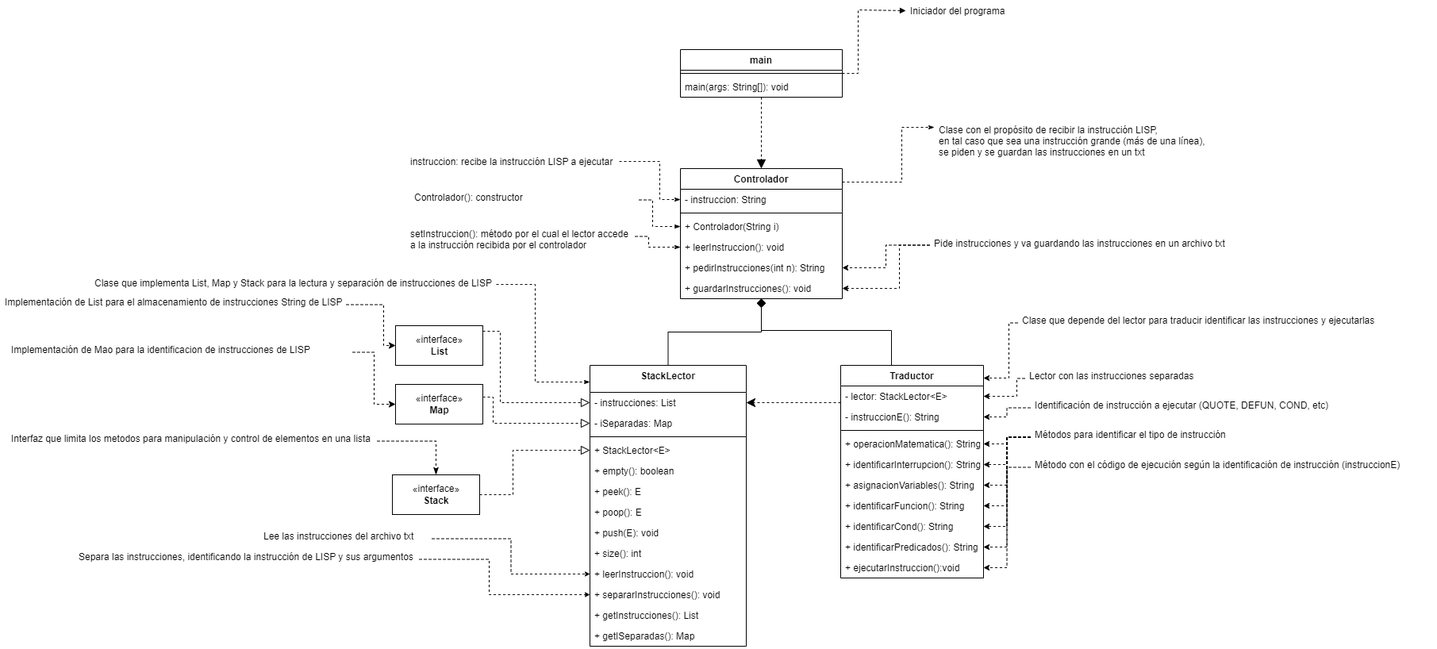
Before: Fase 1/Diagramas-Fase1.png, a diagram exported from draw.io (angelargd8/Proyecto-1-Estuctura). Source tidied: cells renumbered, new cells last; positions are measured from the earlier drawing's top-left corner, leaving out a move shared by most shapes.
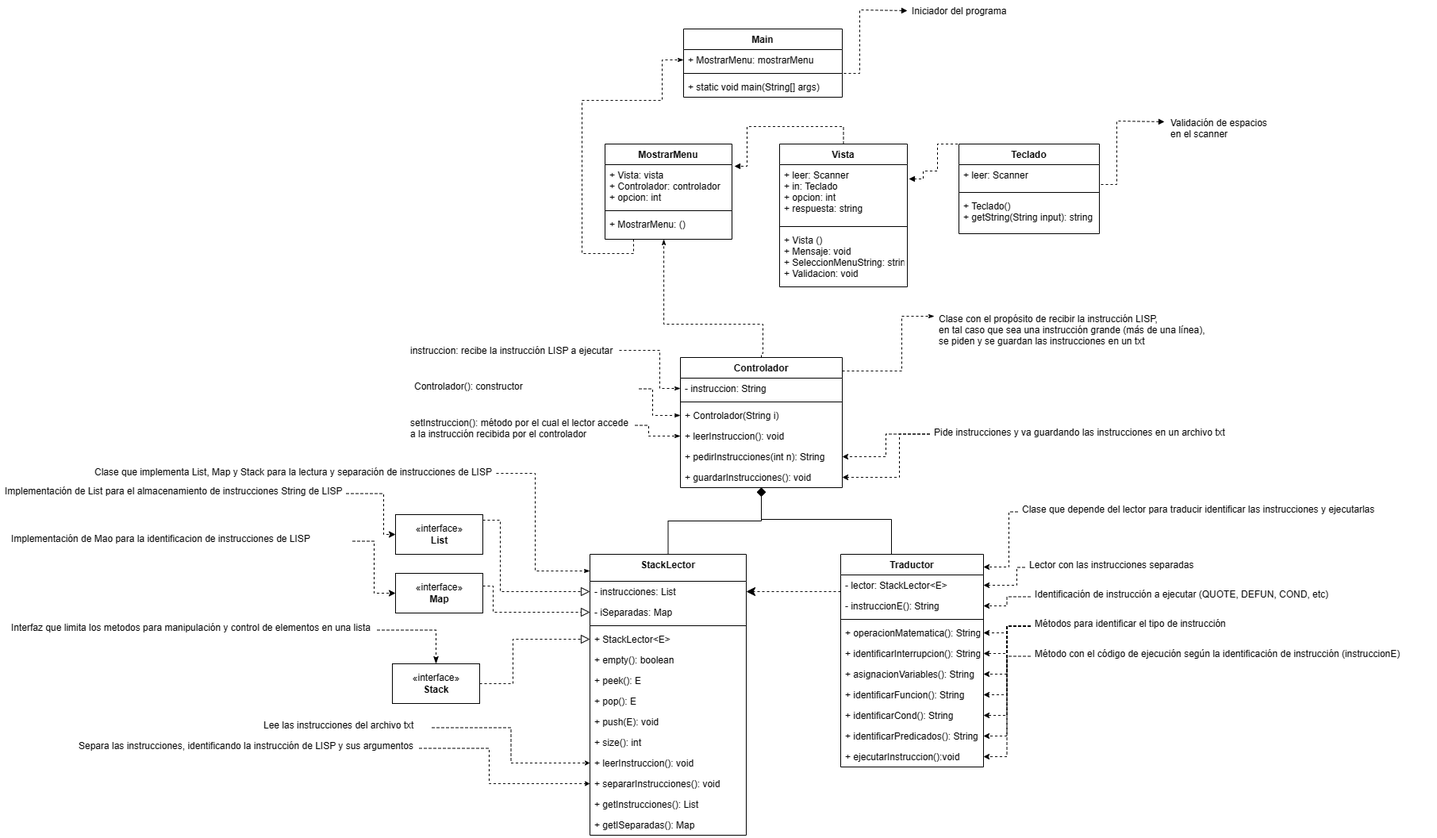
The same diagram one commit later.

The edit, as a diff of the source:
```diff
@@ -138,31 +138,20 @@
     <mxCell id="33" value="Controlador(): constructor" style="text;strokeColor=none;fillColor=none;align=left;verticalAlign=top;spacingLeft=4;spacingRight=4;overflow=hidden;points=[[0,0.5],[1,0.5]];portConstraint=eastwest;" parent="1" vertex="1">
       <mxGeometry x="516" y="235" width="289" height="33" as="geometry" />
     </mxCell>
-    <mxCell id="34" style="edgeStyle=orthogonalEdgeStyle;rounded=0;jettySize=auto;html=1;entryX=0.5;entryY=0;entryDx=0;entryDy=0;dashed=1;strokeColor=default;endArrow=block;endFill=1;endSize=9;" parent="1" edge="1" source="36" target="7">
-      <mxGeometry relative="1" as="geometry" />
-    </mxCell>
-    <mxCell id="35" style="edgeStyle=orthogonalEdgeStyle;rounded=0;jettySize=auto;html=1;entryX=0;entryY=0.5;entryDx=0;entryDy=0;dashed=1;strokeColor=default;endArrow=block;endFill=1;endSize=5;" parent="1" edge="1" source="36" target="40">
+    <mxCell id="35" style="edgeStyle=orthogonalEdgeStyle;rounded=0;jettySize=auto;html=1;entryX=0;entryY=0.5;entryDx=0;entryDy=0;dashed=1;strokeColor=default;endArrow=block;endFill=1;endSize=5;" parent="1" edge="1" target="40">
       <mxGeometry relative="1" as="geometry">
+        <mxPoint x="1063" y="-146" as="sourcePoint" />
         <Array as="points">
-          <mxPoint x="1081" y="92" />
-          <mxPoint x="1081" y="12" />
+          <mxPoint x="1083" y="-146" />
+          <mxPoint x="1083" y="-226" />
         </Array>
       </mxGeometry>
     </mxCell>
-    <mxCell id="36" value="main" style="swimlane;fontStyle=1;align=center;verticalAlign=top;horizontal=1;startSize=26;" parent="1" vertex="1">
-      <mxGeometry x="857" y="62" width="204" height="60" as="geometry" />
-    </mxCell>
-    <mxCell id="37" style="line;strokeWidth=1;fillColor=none;align=left;verticalAlign=middle;spacingTop=-1;spacingLeft=3;spacingRight=3;labelPosition=right;strokeColor=inherit;" parent="36" vertex="1">
-      <mxGeometry y="26" width="204" height="8" as="geometry" />
-    </mxCell>
-    <mxCell id="38" value="main(args: String[]): void" style="text;strokeColor=none;fillColor=none;align=left;verticalAlign=top;spacingLeft=4;spacingRight=4;overflow=hidden;" parent="36" vertex="1">
-      <mxGeometry y="34" width="204" height="26" as="geometry" />
-    </mxCell>
     <mxCell id="39" value="Clase con el propósito de recibir la instrucción LISP, &#10;en tal caso que sea una instrucción grande (más de una línea), &#10;se piden y se guardan las instrucciones en un txt" style="text;strokeColor=none;fillColor=none;align=left;verticalAlign=top;spacingLeft=4;spacingRight=4;overflow=hidden;points=[[0,0.5],[1,0.5]];portConstraint=eastwest;" parent="1" vertex="1">
       <mxGeometry x="1177" y="150" width="347" height="52" as="geometry" />
     </mxCell>
     <mxCell id="40" value="Iniciador del programa" style="text;strokeColor=none;fillColor=none;align=left;verticalAlign=top;spacingLeft=4;spacingRight=4;overflow=hidden;points=[[0,0.5],[1,0.5]];portConstraint=eastwest;" parent="1" vertex="1">
-      <mxGeometry x="1141" width="290" height="26" as="geometry" />
+      <mxGeometry x="1143" y="-238" width="290" height="26" as="geometry" />
     </mxCell>
     <mxCell id="41" value="StackLector" style="swimlane;fontStyle=1;align=center;verticalAlign=top;horizontal=1;startSize=34;" parent="1" vertex="1">
       <mxGeometry x="743" y="460" width="197" height="354" as="geometry" />
@@ -185,7 +174,7 @@
     <mxCell id="47" value="+ peek(): E" style="text;strokeColor=none;fillColor=none;align=left;verticalAlign=top;spacingLeft=4;spacingRight=4;overflow=hidden;" parent="41" vertex="1">
       <mxGeometry y="146" width="197" height="26" as="geometry" />
     </mxCell>
-    <mxCell id="48" value="+ poop(): E" style="text;strokeColor=none;fillColor=none;align=left;verticalAlign=top;spacingLeft=4;spacingRight=4;overflow=hidden;" parent="41" vertex="1">
+    <mxCell id="48" value="+ pop(): E" style="text;strokeColor=none;fillColor=none;align=left;verticalAlign=top;spacingLeft=4;spacingRight=4;overflow=hidden;" parent="41" vertex="1">
       <mxGeometry y="172" width="197" height="26" as="geometry" />
     </mxCell>
     <mxCell id="49" value="+ push(E): void" style="text;strokeColor=none;fillColor=none;align=left;verticalAlign=top;spacingLeft=4;spacingRight=4;overflow=hidden;" parent="41" vertex="1">
@@ -337,5 +326,106 @@
     <mxCell id="86" value="Método con el código de ejecución según la identificación de instrucción (instruccionE)" style="text;strokeColor=none;fillColor=none;align=left;verticalAlign=top;spacingLeft=4;spacingRight=4;overflow=hidden;points=[[0,0.5],[1,0.5]];portConstraint=eastwest;" parent="1" vertex="1">
       <mxGeometry x="1298" y="572" width="512" height="33" as="geometry" />
     </mxCell>
+    <mxCell id="87" value="Main" style="swimlane;fontStyle=1;align=center;verticalAlign=top;horizontal=1;startSize=26;" parent="1" vertex="1">
+      <mxGeometry x="861" y="-202" width="200" height="86" as="geometry" />
+    </mxCell>
+    <mxCell id="88" value="+ MostrarMenu: mostrarMenu " style="text;strokeColor=none;fillColor=none;align=left;verticalAlign=top;spacingLeft=4;spacingRight=4;overflow=hidden;points=[[0,0.5],[1,0.5]];portConstraint=eastwest;" parent="87" vertex="1">
+      <mxGeometry y="26" width="200" height="26" as="geometry" />
+    </mxCell>
+    <mxCell id="89" style="line;strokeWidth=1;fillColor=none;align=left;verticalAlign=middle;spacingTop=-1;spacingLeft=3;spacingRight=3;labelPosition=right;strokeColor=inherit;" parent="87" vertex="1">
+      <mxGeometry y="52" width="200" height="8" as="geometry" />
+    </mxCell>
+    <mxCell id="90" value="+ static void main(String[] args)" style="text;strokeColor=none;fillColor=none;align=left;verticalAlign=top;spacingLeft=4;spacingRight=4;overflow=hidden;" parent="87" vertex="1">
+      <mxGeometry y="60" width="200" height="26" as="geometry" />
+    </mxCell>
+    <mxCell id="91" value="MostrarMenu" style="swimlane;fontStyle=1;align=center;verticalAlign=top;horizontal=1;startSize=26;" parent="1" vertex="1">
+      <mxGeometry x="762" y="-57" width="160" height="120" as="geometry" />
+    </mxCell>
+    <mxCell id="92" value="+ Vista: vista&#10;+ Controlador: controlador&#10;+ opcion: int" style="text;strokeColor=none;fillColor=none;align=left;verticalAlign=top;spacingLeft=4;spacingRight=4;overflow=hidden;points=[[0,0.5],[1,0.5]];portConstraint=eastwest;" parent="91" vertex="1">
+      <mxGeometry y="26" width="160" height="54" as="geometry" />
+    </mxCell>
+    <mxCell id="93" style="line;strokeWidth=1;fillColor=none;align=left;verticalAlign=middle;spacingTop=-1;spacingLeft=3;spacingRight=3;labelPosition=right;strokeColor=inherit;" parent="91" vertex="1">
+      <mxGeometry y="80" width="160" height="8" as="geometry" />
+    </mxCell>
+    <mxCell id="94" value="+ MostrarMenu: ()&#10; " style="text;strokeColor=none;fillColor=none;align=left;verticalAlign=top;spacingLeft=4;spacingRight=4;overflow=hidden;points=[[0,0.5],[1,0.5]];portConstraint=eastwest;" parent="91" vertex="1">
+      <mxGeometry y="88" width="160" height="32" as="geometry" />
+    </mxCell>
+    <mxCell id="95" value="Vista" style="swimlane;fontStyle=1;align=center;verticalAlign=top;horizontal=1;startSize=26;" parent="1" vertex="1">
+      <mxGeometry x="982" y="-57" width="161" height="180" as="geometry" />
+    </mxCell>
+    <mxCell id="96" value="+ leer: Scanner&#10;+ in: Teclado&#10;+ opcion: int&#10;+ respuesta: string" style="text;strokeColor=none;fillColor=none;align=left;verticalAlign=top;spacingLeft=4;spacingRight=4;overflow=hidden;points=[[0,0.5],[1,0.5]];portConstraint=eastwest;" parent="95" vertex="1">
+      <mxGeometry y="26" width="161" height="74" as="geometry" />
+    </mxCell>
+    <mxCell id="97" style="line;strokeWidth=1;fillColor=none;align=left;verticalAlign=middle;spacingTop=-1;spacingLeft=3;spacingRight=3;labelPosition=right;strokeColor=inherit;" parent="95" vertex="1">
+      <mxGeometry y="100" width="161" height="8" as="geometry" />
+    </mxCell>
+    <mxCell id="98" value="+ Vista ()&#10;+ Mensaje: void&#10;+ SeleccionMenuString: string&#10;+ Validacion: void" style="text;strokeColor=none;fillColor=none;align=left;verticalAlign=top;spacingLeft=4;spacingRight=4;overflow=hidden;" parent="95" vertex="1">
+      <mxGeometry y="108" width="161" height="72" as="geometry" />
+    </mxCell>
+    <mxCell id="99" style="edgeStyle=orthogonalEdgeStyle;rounded=0;jettySize=auto;html=1;dashed=1;strokeColor=default;endArrow=classicThin;endFill=1;endSize=5;entryX=0;entryY=0.5;entryDx=0;entryDy=0;exitX=0.225;exitY=1;exitDx=0;exitDy=0;exitPerimeter=0;" parent="1" edge="1" source="94" target="88">
+      <mxGeometry relative="1" as="geometry">
+        <Array as="points">
+          <mxPoint x="798" y="81" />
+          <mxPoint x="733" y="81" />
+          <mxPoint x="733" y="-112" />
+          <mxPoint x="834" y="-112" />
+          <mxPoint x="834" y="-163" />
+        </Array>
+      </mxGeometry>
+    </mxCell>
+    <mxCell id="100" style="edgeStyle=orthogonalEdgeStyle;rounded=0;jettySize=auto;html=1;entryX=1.019;entryY=0.037;entryDx=0;entryDy=0;dashed=1;strokeColor=default;endArrow=block;endFill=1;endSize=5;exitX=0.5;exitY=0;exitDx=0;exitDy=0;entryPerimeter=0;" parent="1" edge="1" source="95" target="92">
+      <mxGeometry relative="1" as="geometry">
+        <Array as="points">
+          <mxPoint x="1063" y="-79" />
+          <mxPoint x="941" y="-79" />
+          <mxPoint x="941" y="-29" />
+        </Array>
+      </mxGeometry>
+    </mxCell>
+    <mxCell id="101" style="edgeStyle=orthogonalEdgeStyle;rounded=0;jettySize=auto;html=1;dashed=1;strokeColor=default;endArrow=classicThin;endFill=1;endSize=5;exitX=0.5;exitY=0;exitDx=0;exitDy=0;entryX=0.463;entryY=1;entryDx=0;entryDy=0;entryPerimeter=0;" parent="1" edge="1" source="7" target="94">
+      <mxGeometry relative="1" as="geometry">
+        <Array as="points">
+          <mxPoint x="959" y="207" />
+          <mxPoint x="961" y="207" />
+          <mxPoint x="961" y="170" />
+          <mxPoint x="836" y="170" />
+        </Array>
+      </mxGeometry>
+    </mxCell>
+    <mxCell id="102" value="Teclado" style="swimlane;fontStyle=1;align=center;verticalAlign=top;horizontal=1;startSize=26;" parent="1" vertex="1">
+      <mxGeometry x="1208" y="-57" width="177" height="113" as="geometry" />
+    </mxCell>
+    <mxCell id="103" value="+ leer: Scanner&#10;" style="text;strokeColor=none;fillColor=none;align=left;verticalAlign=top;spacingLeft=4;spacingRight=4;overflow=hidden;" parent="102" vertex="1">
+      <mxGeometry y="26" width="177" height="31" as="geometry" />
+    </mxCell>
+    <mxCell id="104" style="line;strokeWidth=1;fillColor=none;align=left;verticalAlign=middle;spacingTop=-1;spacingLeft=3;spacingRight=3;labelPosition=right;strokeColor=inherit;" parent="102" vertex="1">
+      <mxGeometry y="57" width="177" height="8" as="geometry" />
+    </mxCell>
+    <mxCell id="105" value="+ Teclado()&#10;+ getString(String input): string&#10;" style="text;strokeColor=none;fillColor=none;align=left;verticalAlign=top;spacingLeft=4;spacingRight=4;overflow=hidden;" parent="102" vertex="1">
+      <mxGeometry y="65" width="177" height="48" as="geometry" />
+    </mxCell>
+    <mxCell id="106" style="edgeStyle=orthogonalEdgeStyle;rounded=0;jettySize=auto;html=1;entryX=1.012;entryY=0.243;entryDx=0;entryDy=0;dashed=1;strokeColor=default;endArrow=block;endFill=1;endSize=5;exitX=0.5;exitY=0;exitDx=0;exitDy=0;entryPerimeter=0;" parent="1" edge="1" source="102" target="96">
+      <mxGeometry relative="1" as="geometry">
+        <Array as="points">
+          <mxPoint x="1181" y="-57" />
+          <mxPoint x="1181" y="-23" />
+          <mxPoint x="1163" y="-23" />
+          <mxPoint x="1163" y="-13" />
+        </Array>
+      </mxGeometry>
+    </mxCell>
+    <mxCell id="107" style="edgeStyle=orthogonalEdgeStyle;rounded=0;orthogonalLoop=1;jettySize=auto;html=1;entryX=0;entryY=0.5;entryDx=0;entryDy=0;dashed=1;strokeColor=default;endArrow=block;endFill=1;endSize=5;" parent="1" edge="1">
+      <mxGeometry relative="1" as="geometry">
+        <mxPoint x="1387" y="-6" as="sourcePoint" />
+        <mxPoint x="1467" y="-85" as="targetPoint" />
+        <Array as="points">
+          <mxPoint x="1407" y="-6" />
+          <mxPoint x="1407" y="-86" />
+        </Array>
+      </mxGeometry>
+    </mxCell>
+    <mxCell id="108" value="Validación de espacios &#10;en el scanner" style="text;strokeColor=none;fillColor=none;align=left;verticalAlign=top;spacingLeft=4;spacingRight=4;overflow=hidden;" parent="1" vertex="1">
+      <mxGeometry x="1469" y="-97" width="139" height="46" as="geometry" />
+    </mxCell>
   </root>
 </mxGraphModel>
```
